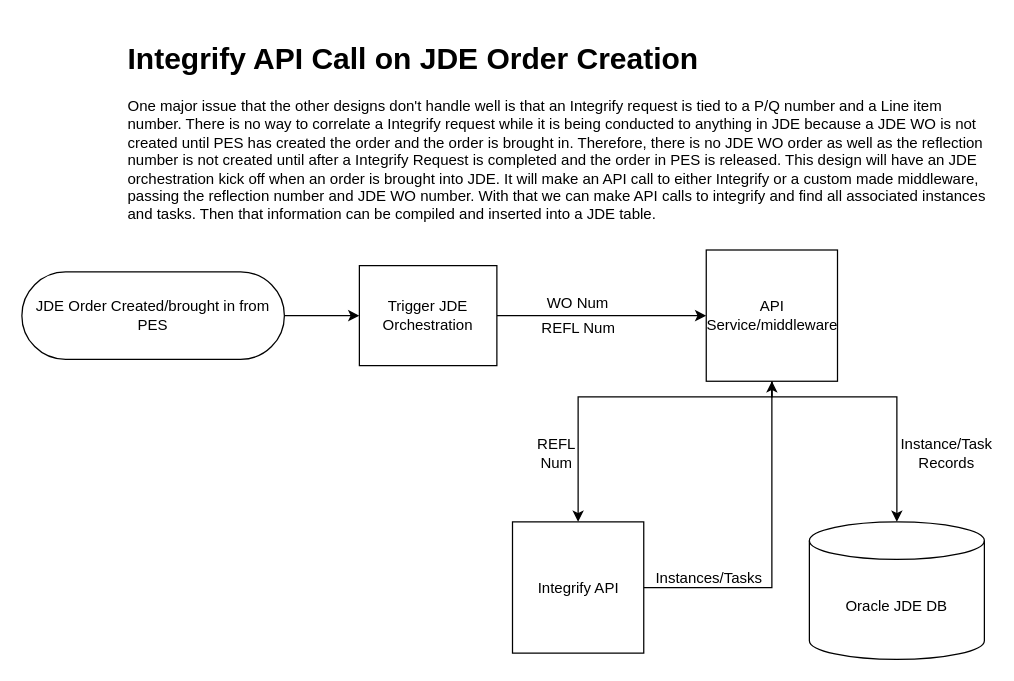
This is page "JDE Order Creation" (4 of 4) of Diagrams/JDEIntegrifyTasks.drawio from LongJohnBlackbeard/IntegrifyAPITesting, a draw.io file, before an edit. Source tidied: cells renumbered, new cells numbered last; positions are measured from the earlier drawing's top-left corner, leaving out a move shared by most shapes. Both pictures are drawn from the tidied source at 125%, with x=0, y=0 at pixel (21, 34).
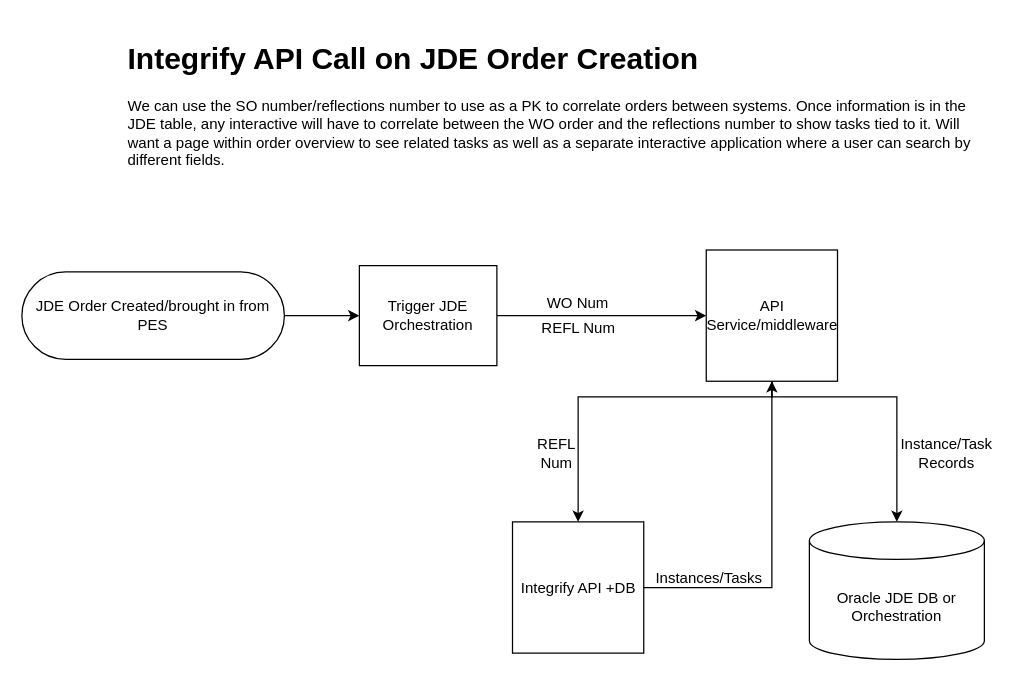
The same page after the edit.

The edit, as a diff of the source:
```diff
@@
-    <mxCell id="2" value="&lt;h1&gt;Integrify API Call on JDE Order Creation&lt;/h1&gt;&lt;p&gt;One major issue that the other designs don't handle well is that an Integrify request is tied to a P/Q number and a Line item number. There is no way to correlate a Integrify request while it is being conducted to anything in JDE because a JDE WO is not created until PES has created the order and the order is brought in. Therefore, there is no JDE WO order as well as the reflection number is not created until after a Integrify Request is completed and the order in PES is released. This design will have an JDE orchestration kick off when an order is brought into JDE. It will make an API call to either Integrify or a custom made middleware, passing the reflection number and JDE WO number. With that we can make API calls to integrify and find all associated instances and tasks. Then that information can be compiled and inserted into a JDE table.&lt;/p&gt;" style="text;html=1;strokeColor=none;fillColor=none;spacing=5;spacingTop=-20;whiteSpace=wrap;overflow=hidden;rounded=0;" parent="1" vertex="1">
+    <mxCell id="2" value="&lt;h1&gt;Integrify API Call on JDE Order Creation&lt;/h1&gt;&lt;p&gt;We can use the SO number/reflections number to use as a PK to correlate orders between systems. Once information is in the JDE table, any interactive will have to correlate between the WO order and the reflections number to show tasks tied to it. Will want a page within order overview to see related tasks as well as a separate interactive application where a user can search by different fields.&lt;/p&gt;" style="text;html=1;strokeColor=none;fillColor=none;spacing=5;spacingTop=-20;whiteSpace=wrap;overflow=hidden;rounded=0;" parent="1" vertex="1">
       <mxGeometry x="80" width="695" height="160" as="geometry" />
     </mxCell>
@@
-    <mxCell id="11" value="Integrify API" style="whiteSpace=wrap;html=1;" parent="1" vertex="1">
+    <mxCell id="11" value="Integrify API +DB" style="whiteSpace=wrap;html=1;" parent="1" vertex="1">
       <mxGeometry x="392.5" y="390" width="105" height="105" as="geometry" />
     </mxCell>
-    <mxCell id="12" value="Oracle JDE DB" style="shape=cylinder3;whiteSpace=wrap;html=1;boundedLbl=1;backgroundOutline=1;size=15;" parent="1" vertex="1">
+    <mxCell id="12" value="Oracle JDE DB or&lt;br&gt;Orchestration" style="shape=cylinder3;whiteSpace=wrap;html=1;boundedLbl=1;backgroundOutline=1;size=15;" parent="1" vertex="1">
       <mxGeometry x="630" y="390" width="140" height="110" as="geometry" />
     </mxCell>
```
